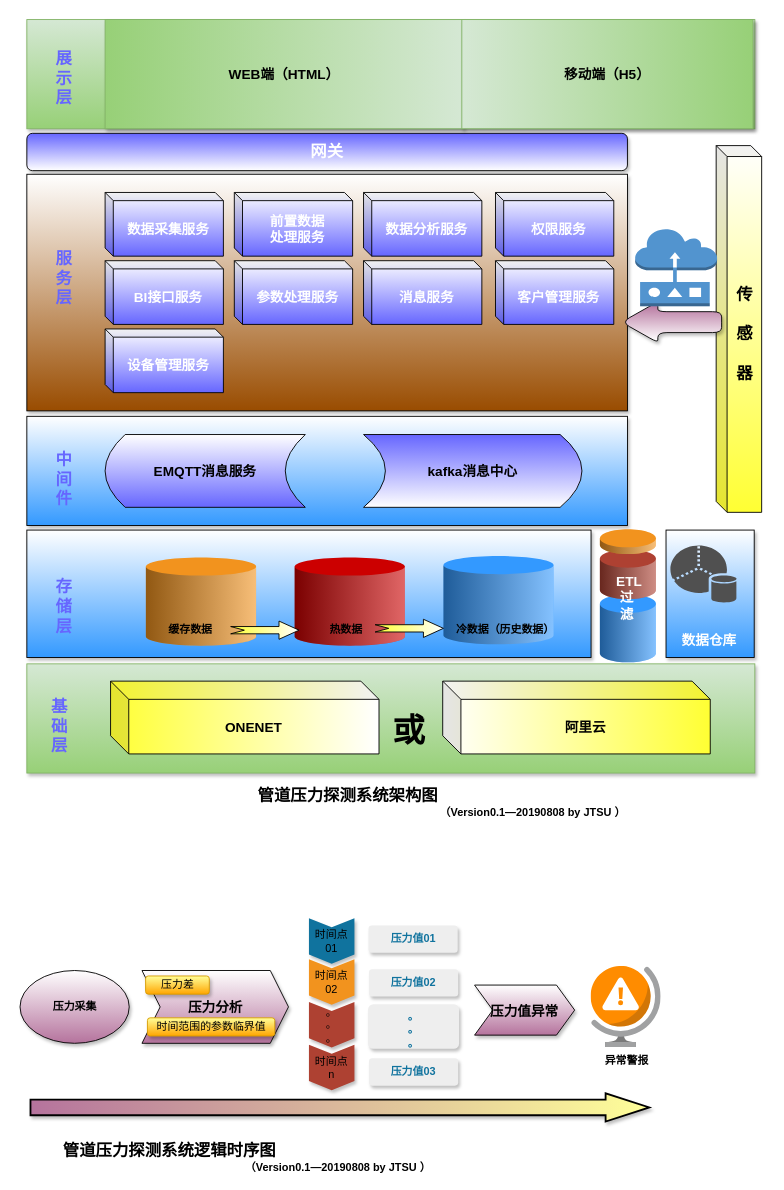
UTOUUCENTER-CD/draw.io keeps this draw.io diagram as 压力测试系统架构图.drawio. Above is the earlier version. Source tidied: cells renumbered, new cells numbered last; positions are measured from the earlier drawing's top-left corner, leaving out a move shared by most shapes. Both pictures are drawn from the tidied source at 91%, with x=0, y=0 at pixel (19, 19).
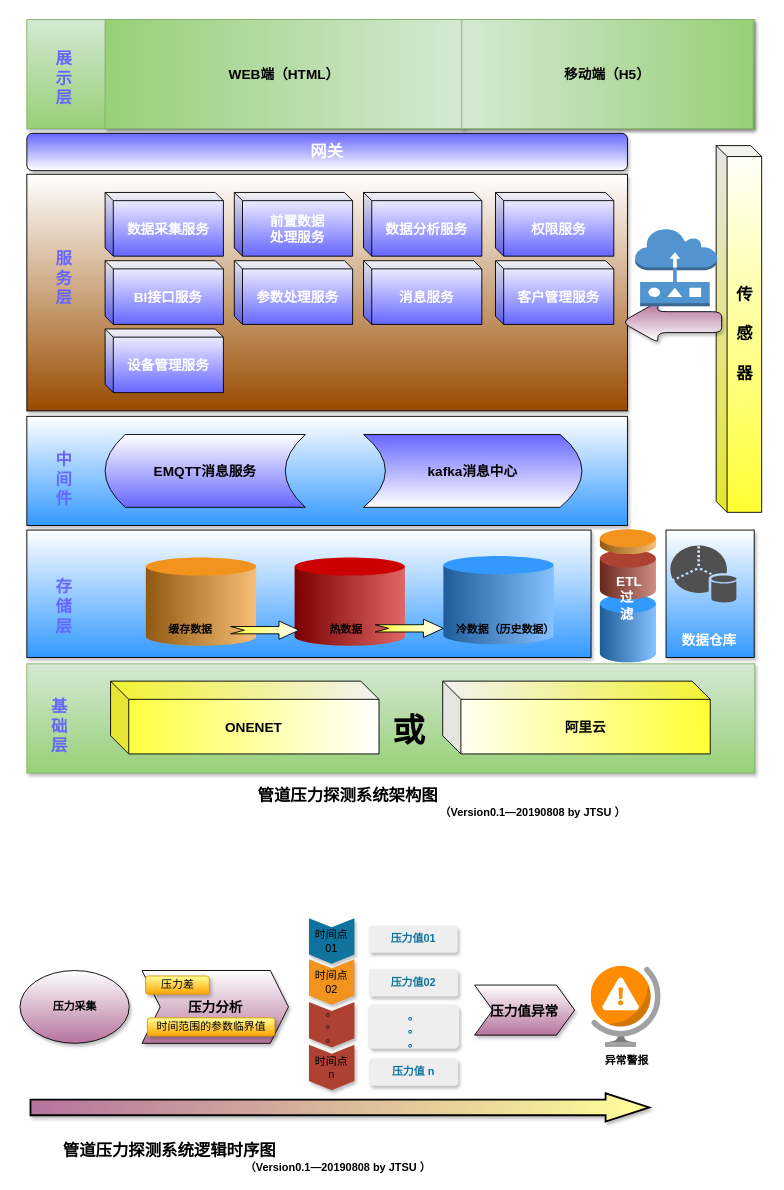
Above is the later version.

Commit message:
Update 压力测试系统架构图.drawio

The edit, as a diff of the source:
```diff
@@
-    <mxCell id="64" value="&lt;font color=&quot;#10739e&quot;&gt;&lt;b&gt;压力值03&lt;/b&gt;&lt;/font&gt;" style="rounded=1;strokeColor=none;fillColor=#EEEEEE;align=center;arcSize=12;verticalAlign=top;whiteSpace=wrap;html=1;fontSize=12;shadow=1;glass=0;comic=0;" parent="1" vertex="1">
+    <mxCell id="64" value="&lt;font color=&quot;#10739e&quot;&gt;&lt;b&gt;压力值 n&lt;/b&gt;&lt;/font&gt;" style="rounded=1;strokeColor=none;fillColor=#EEEEEE;align=center;arcSize=12;verticalAlign=top;whiteSpace=wrap;html=1;fontSize=12;shadow=1;glass=0;comic=0;" parent="1" vertex="1">
       <mxGeometry x="384" y="1141.5" width="98" height="30" as="geometry" />
     </mxCell>
```
